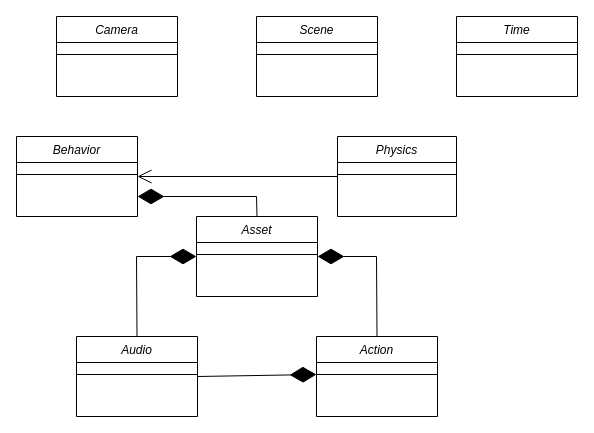
Before: main.drawio in sai11101989/vrsemantics, a draw.io diagram. Source tidied: cells renumbered, new cells numbered last; positions are measured from the earlier drawing's top-left corner, leaving out a move shared by most shapes. Both pictures are drawn from the tidied source at 100%, with x=0, y=0 at pixel (16, 16).
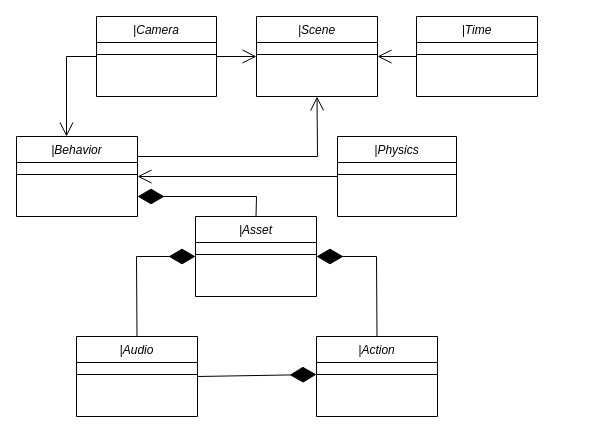
After the change.

What changed in the source:
```diff
@@
-    <mxCell id="2" value="Asset" style="swimlane;fontStyle=2;align=center;verticalAlign=top;horizontal=1;startSize=26;rounded=0;shadow=0;strokeWidth=1;" parent="1" vertex="1">
-      <mxGeometry x="180" y="200" width="121" height="80" as="geometry" />
+    <mxCell id="2" value="|Asset" style="swimlane;fontStyle=2;align=center;verticalAlign=top;horizontal=1;startSize=26;rounded=0;shadow=0;strokeWidth=1;" parent="1" vertex="1">
+      <mxGeometry x="179" y="200" width="121" height="80" as="geometry" />
     </mxCell>
@@
-    <mxCell id="4" value="Action" style="swimlane;fontStyle=2;align=center;verticalAlign=top;horizontal=1;startSize=26;rounded=0;shadow=0;strokeWidth=1;" parent="1" vertex="1">
+    <mxCell id="4" value="|Action" style="swimlane;fontStyle=2;align=center;verticalAlign=top;horizontal=1;startSize=26;rounded=0;shadow=0;strokeWidth=1;" parent="1" vertex="1">
       <mxGeometry x="300" y="320" width="121" height="80" as="geometry" />
     </mxCell>
@@
-    <mxCell id="6" value="Audio" style="swimlane;fontStyle=2;align=center;verticalAlign=top;horizontal=1;startSize=26;rounded=0;shadow=0;strokeWidth=1;" parent="1" vertex="1">
+    <mxCell id="6" value="|Audio" style="swimlane;fontStyle=2;align=center;verticalAlign=top;horizontal=1;startSize=26;rounded=0;shadow=0;strokeWidth=1;" parent="1" vertex="1">
       <mxGeometry x="60" y="320" width="121" height="80" as="geometry" />
     </mxCell>
@@
-    <mxCell id="8" value="Scene" style="swimlane;fontStyle=2;align=center;verticalAlign=top;horizontal=1;startSize=26;rounded=0;shadow=0;strokeWidth=1;" parent="1" vertex="1">
+    <mxCell id="8" value="|Scene" style="swimlane;fontStyle=2;align=center;verticalAlign=top;horizontal=1;startSize=26;rounded=0;shadow=0;strokeWidth=1;" parent="1" vertex="1">
       <mxGeometry x="240" width="121" height="80" as="geometry" />
     </mxCell>
@@
-    <mxCell id="10" value="Time" style="swimlane;fontStyle=2;align=center;verticalAlign=top;horizontal=1;startSize=26;rounded=0;shadow=0;strokeWidth=1;" parent="1" vertex="1">
-      <mxGeometry x="440" width="121" height="80" as="geometry" />
+    <mxCell id="10" value="|Time" style="swimlane;fontStyle=2;align=center;verticalAlign=top;horizontal=1;startSize=26;rounded=0;shadow=0;strokeWidth=1;" parent="1" vertex="1">
+      <mxGeometry x="400" width="121" height="80" as="geometry" />
     </mxCell>
@@
-    <mxCell id="12" value="Behavior" style="swimlane;fontStyle=2;align=center;verticalAlign=top;horizontal=1;startSize=26;rounded=0;shadow=0;strokeWidth=1;" parent="1" vertex="1">
+    <mxCell id="12" value="|Behavior" style="swimlane;fontStyle=2;align=center;verticalAlign=top;horizontal=1;startSize=26;rounded=0;shadow=0;strokeWidth=1;" parent="1" vertex="1">
       <mxGeometry y="120" width="121" height="80" as="geometry" />
     </mxCell>
@@
-    <mxCell id="14" value="Physics" style="swimlane;fontStyle=2;align=center;verticalAlign=top;horizontal=1;startSize=26;rounded=0;shadow=0;strokeWidth=1;" parent="1" vertex="1">
+    <mxCell id="14" value="|Physics" style="swimlane;fontStyle=2;align=center;verticalAlign=top;horizontal=1;startSize=26;rounded=0;shadow=0;strokeWidth=1;" parent="1" vertex="1">
       <mxGeometry x="321" y="120" width="119" height="80" as="geometry" />
     </mxCell>
@@
-    <mxCell id="16" value="Camera" style="swimlane;fontStyle=2;align=center;verticalAlign=top;horizontal=1;startSize=26;rounded=0;shadow=0;strokeWidth=1;" parent="1" vertex="1">
-      <mxGeometry x="40" width="121" height="80" as="geometry" />
+    <mxCell id="16" value="|Camera" style="swimlane;fontStyle=2;align=center;verticalAlign=top;horizontal=1;startSize=26;rounded=0;shadow=0;strokeWidth=1;" parent="1" vertex="1">
+      <mxGeometry x="80" width="120" height="80" as="geometry" />
     </mxCell>
     <mxCell id="17" style="line;html=1;strokeWidth=1;align=left;verticalAlign=middle;spacingTop=-1;spacingLeft=3;spacingRight=3;labelPosition=right;" parent="16" vertex="1">
-      <mxGeometry y="26" width="121" height="24" as="geometry" />
+      <mxGeometry y="26" width="120" height="24" as="geometry" />
     </mxCell>
@@
+    <mxCell id="23" style="endArrow=open;endFill=1;endSize=12;html=1;rounded=0;exitX=0;exitY=0.5;exitDx=0;exitDy=0;" parent="1" edge="1" source="16">
+      <mxGeometry relative="1" as="geometry">
+        <mxPoint x="50" y="120" as="targetPoint" />
+        <Array as="points">
+          <mxPoint x="50" y="40" />
+        </Array>
+      </mxGeometry>
+    </mxCell>
+    <mxCell id="24" style="endArrow=open;endFill=1;endSize=12;html=1;rounded=0;exitX=1;exitY=0.25;exitDx=0;exitDy=0;entryX=0.5;entryY=1;entryDx=0;entryDy=0;" parent="1" edge="1" source="12" target="8">
+      <mxGeometry relative="1" as="geometry">
+        <Array as="points">
+          <mxPoint x="301" y="140" />
+        </Array>
+      </mxGeometry>
+    </mxCell>
+    <mxCell id="25" style="endArrow=open;endFill=1;endSize=12;html=1;rounded=0;exitX=1;exitY=0.5;exitDx=0;exitDy=0;entryX=0;entryY=0.5;entryDx=0;entryDy=0;" parent="1" edge="1" source="16" target="8">
+      <mxGeometry relative="1" as="geometry" />
+    </mxCell>
+    <mxCell id="26" style="endArrow=open;endFill=1;endSize=12;html=1;rounded=0;exitX=0;exitY=0.5;exitDx=0;exitDy=0;entryX=1;entryY=0.5;entryDx=0;entryDy=0;" parent="1" edge="1" source="10" target="8">
+      <mxGeometry relative="1" as="geometry" />
+    </mxCell>
```
